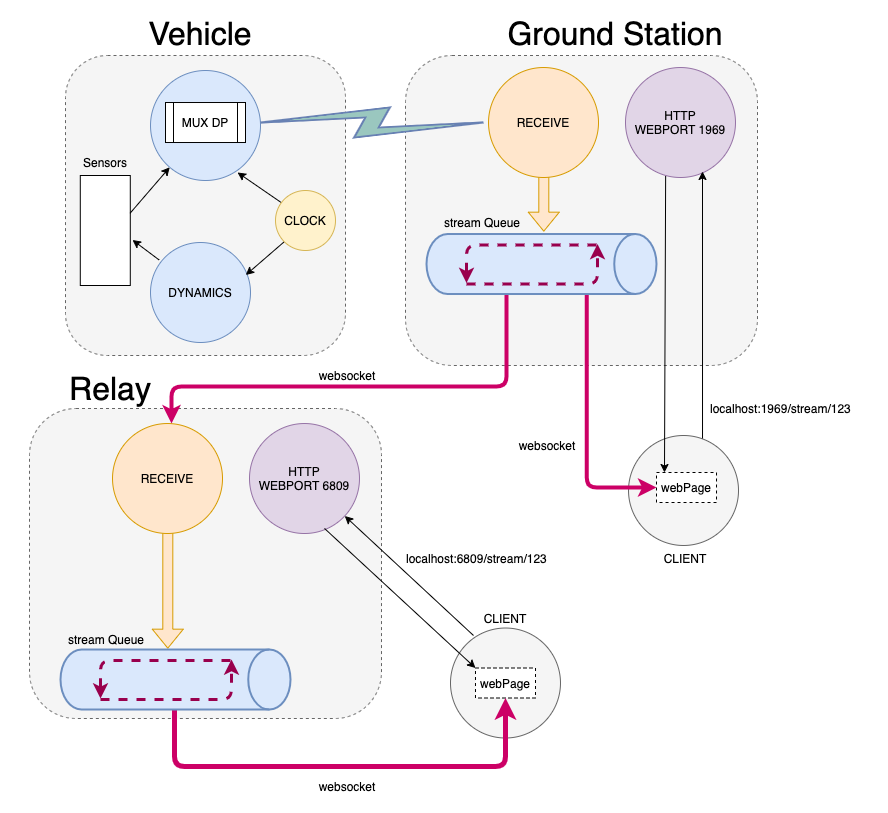
crmathieu/daq keeps this draw.io diagram as daq.png. Above is the earlier version. Source tidied: cells renumbered, new cells last; positions are measured from the earlier drawing's top-left corner, leaving out a move shared by most shapes.
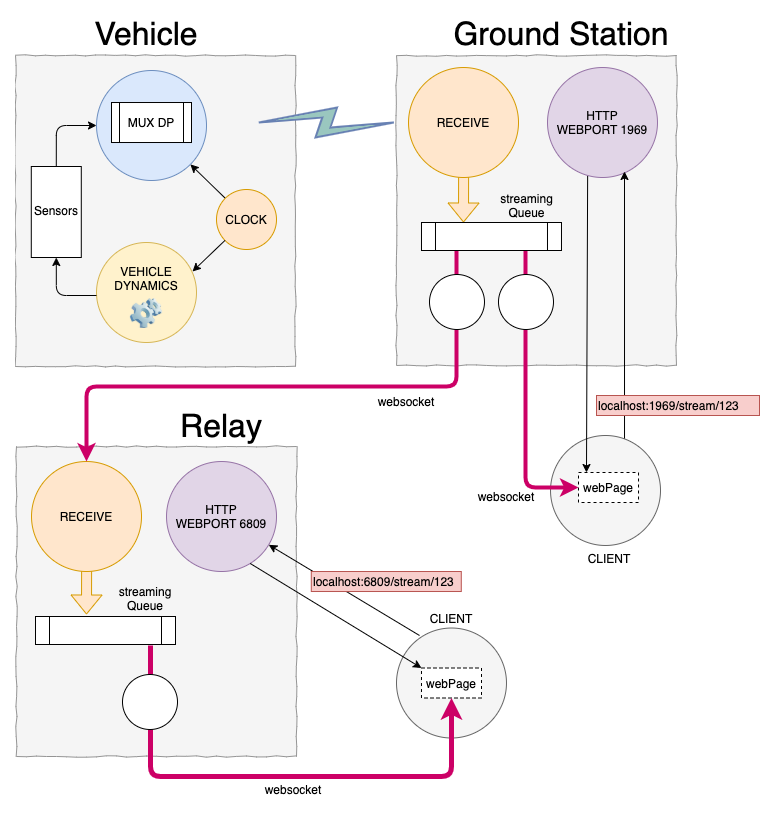
After the commit.

Change to the diagram source:
```diff
@@ -2,32 +2,26 @@
   <root>
     <mxCell id="0" />
     <mxCell id="1" parent="0" />
-    <mxCell id="2" style="rounded=1;whiteSpace=wrap;html=1;dashed=1;fillColor=#f5f5f5;strokeColor=#666666;fontColor=#333333;" parent="1" vertex="1">
-      <mxGeometry x="50" y="44" width="280" height="300" as="geometry" />
+    <mxCell id="2" style="rounded=0;whiteSpace=wrap;html=1;fillColor=#f5f5f5;strokeColor=#949494;fontColor=#333333;shadow=0;strokeWidth=1;comic=1;glass=0;" parent="1" vertex="1">
+      <mxGeometry x="54" y="44" width="280" height="311" as="geometry" />
     </mxCell>
-    <mxCell id="3" value="DYNAMICS" style="ellipse;whiteSpace=wrap;html=1;fillColor=#dae8fc;strokeColor=#6c8ebf;" parent="1" vertex="1">
+    <mxCell id="3" value="VEHICLE&lt;br&gt;DYNAMICS&lt;br&gt;&amp;nbsp;&lt;br&gt;&lt;br&gt;" style="ellipse;whiteSpace=wrap;html=1;fillColor=#fff2cc;strokeColor=#d6b656;" parent="1" vertex="1">
       <mxGeometry x="135" y="231" width="100" height="100" as="geometry" />
     </mxCell>
     <mxCell id="4" style="rounded=0;whiteSpace=wrap;html=1;" parent="1" vertex="1">
-      <mxGeometry x="64.8" y="164" width="50" height="110" as="geometry" />
+      <mxGeometry x="69.8" y="155" width="50" height="91" as="geometry" />
     </mxCell>
-    <mxCell id="5" style="endArrow=classic;startArrow=none;html=1;exitX=0.087;exitY=0.175;exitDx=0;exitDy=0;entryX=1.044;entryY=0.586;entryDx=0;entryDy=0;startFill=0;exitPerimeter=0;entryPerimeter=0;" parent="1" edge="1" source="3" target="4">
-      <mxGeometry relative="1" as="geometry" />
-    </mxCell>
     <mxCell id="6" value="Sensors" style="text;html=1;strokeColor=none;fillColor=none;align=center;verticalAlign=middle;whiteSpace=wrap;rounded=0;" parent="1" vertex="1">
-      <mxGeometry x="54.8" y="141" width="70" height="20" as="geometry" />
+      <mxGeometry x="59.8" y="189" width="70" height="20" as="geometry" />
     </mxCell>
     <mxCell id="7" style="ellipse;whiteSpace=wrap;html=1;fillColor=#dae8fc;strokeColor=#6c8ebf;" parent="1" vertex="1">
       <mxGeometry x="135" y="59" width="110" height="110" as="geometry" />
     </mxCell>
-    <mxCell id="8" style="endArrow=classic;html=1;exitX=0.994;exitY=0.344;exitDx=0;exitDy=0;exitPerimeter=0;" parent="1" edge="1" source="4" target="7">
-      <mxGeometry relative="1" as="geometry" />
-    </mxCell>
     <mxCell id="9" value="MUX DP" style="shape=process;whiteSpace=wrap;html=1;backgroundOutline=1;" parent="1" vertex="1">
       <mxGeometry x="150" y="91" width="80" height="40" as="geometry" />
     </mxCell>
-    <mxCell id="10" style="rounded=1;whiteSpace=wrap;html=1;dashed=1;fillColor=#f5f5f5;strokeColor=#666666;fontColor=#333333;" parent="1" vertex="1">
-      <mxGeometry x="390" y="44" width="352" height="310" as="geometry" />
+    <mxCell id="10" style="rounded=0;whiteSpace=wrap;html=1;fillColor=#f5f5f5;strokeColor=#949494;fontColor=#333333;strokeWidth=1;shadow=0;comic=1;" parent="1" vertex="1">
+      <mxGeometry x="435" y="44" width="280" height="310" as="geometry" />
     </mxCell>
     <mxCell id="11" value="&lt;font style=&quot;font-size: 32px&quot;&gt;Vehicle&lt;/font&gt;" style="text;html=1;strokeColor=none;fillColor=none;align=center;verticalAlign=middle;whiteSpace=wrap;rounded=0;" parent="1" vertex="1">
       <mxGeometry x="90" y="12" width="190" height="20" as="geometry" />
@@ -35,85 +29,73 @@
     <mxCell id="12" value="&lt;font style=&quot;font-size: 32px&quot;&gt;Ground Station&lt;/font&gt;" style="text;html=1;strokeColor=none;fillColor=none;align=center;verticalAlign=middle;whiteSpace=wrap;rounded=0;" parent="1" vertex="1">
       <mxGeometry x="490" y="12" width="220" height="20" as="geometry" />
     </mxCell>
-    <mxCell id="13" style="endArrow=classic;html=1;exitX=0.167;exitY=0.25;exitDx=0;exitDy=0;entryX=0.791;entryY=0.927;entryDx=0;entryDy=0;entryPerimeter=0;exitPerimeter=0;" parent="1" edge="1" source="16" target="7">
+    <mxCell id="13" style="endArrow=classic;html=1;exitX=0;exitY=0;exitDx=0;exitDy=0;entryX=1;entryY=1;entryDx=0;entryDy=0;" parent="1" edge="1" source="16" target="7">
       <mxGeometry relative="1" as="geometry" />
     </mxCell>
     <mxCell id="14" style="fontColor=#0066CC;verticalAlign=top;verticalLabelPosition=bottom;labelPosition=center;align=center;html=1;fillColor=#9AC7BF;strokeColor=#6881B3;gradientColor=none;gradientDirection=north;strokeWidth=2;shape=mxgraph.networks.comm_link;rotation=-90;labelBackgroundColor=#CCE5FF;" parent="1" vertex="1">
-      <mxGeometry x="341.5" y="-0.5" width="30" height="223" as="geometry" />
+      <mxGeometry x="349.8" y="43.6" width="30" height="134.9" as="geometry" />
     </mxCell>
-    <mxCell id="15" style="endArrow=classic;html=1;exitX=0;exitY=1;exitDx=0;exitDy=0;entryX=0.953;entryY=0.325;entryDx=0;entryDy=0;entryPerimeter=0;" parent="1" edge="1" source="16" target="3">
-      <mxGeometry relative="1" as="geometry" />
-    </mxCell>
-    <mxCell id="16" value="CLOCK" style="ellipse;whiteSpace=wrap;html=1;fillColor=#fff2cc;strokeColor=#d6b656;" parent="1" vertex="1">
-      <mxGeometry x="260" y="179" width="60" height="60" as="geometry" />
+    <mxCell id="16" value="CLOCK" style="ellipse;whiteSpace=wrap;html=1;fillColor=#ffe6cc;strokeColor=#d79b00;" parent="1" vertex="1">
+      <mxGeometry x="255" y="178" width="60" height="60" as="geometry" />
     </mxCell>
-    <mxCell id="17" value="stream Queue" style="text;html=1;strokeColor=none;fillColor=none;align=center;verticalAlign=middle;whiteSpace=wrap;rounded=0;labelBackgroundColor=none;" parent="1" vertex="1">
-      <mxGeometry x="390" y="201" width="154" height="20" as="geometry" />
-    </mxCell>
-    <mxCell id="18" style="shape=flexArrow;endArrow=classic;html=1;entryX=0.898;entryY=0.958;entryDx=0;entryDy=0;entryPerimeter=0;exitX=0.503;exitY=0.073;exitDx=0;exitDy=0;exitPerimeter=0;fillColor=#ffe6cc;strokeColor=#d79b00;" parent="1" edge="1" source="19" target="17">
+    <mxCell id="18" style="shape=flexArrow;endArrow=classic;html=1;exitX=0.503;exitY=0.073;exitDx=0;exitDy=0;exitPerimeter=0;fillColor=#ffe6cc;strokeColor=#d79b00;entryX=0.3;entryY=0;entryDx=0;entryDy=0;entryPerimeter=0;" parent="1" edge="1" source="19" target="57">
       <mxGeometry relative="1" as="geometry" />
     </mxCell>
     <mxCell id="19" value="RECEIVE" style="ellipse;whiteSpace=wrap;html=1;fillColor=#ffe6cc;strokeColor=#d79b00;" parent="1" vertex="1">
-      <mxGeometry x="473" y="56" width="110" height="110" as="geometry" />
+      <mxGeometry x="447" y="56" width="110" height="110" as="geometry" />
     </mxCell>
     <mxCell id="20" value="HTTP&lt;br&gt;WEBPORT 1969" style="ellipse;whiteSpace=wrap;html=1;fillColor=#e1d5e7;strokeColor=#9673a6;" parent="1" vertex="1">
-      <mxGeometry x="610" y="56" width="110" height="110" as="geometry" />
+      <mxGeometry x="586" y="56" width="110" height="110" as="geometry" />
     </mxCell>
     <mxCell id="21" style="endArrow=classic;html=1;exitX=0.673;exitY=0.091;exitDx=0;exitDy=0;exitPerimeter=0;" parent="1" edge="1">
       <mxGeometry relative="1" as="geometry">
-        <mxPoint x="687" y="430" as="sourcePoint" />
-        <mxPoint x="687" y="160" as="targetPoint" />
+        <mxPoint x="663" y="430" as="sourcePoint" />
+        <mxPoint x="663" y="160" as="targetPoint" />
       </mxGeometry>
     </mxCell>
-    <mxCell id="22" value="localhost:1969/stream/123" style="text;html=1;strokeColor=none;fillColor=none;align=left;verticalAlign=middle;whiteSpace=wrap;rounded=0;labelBackgroundColor=none;" parent="1" vertex="1">
-      <mxGeometry x="693" y="387" width="163" height="20" as="geometry" />
+    <mxCell id="22" value="localhost:1969/stream/123" style="text;html=1;strokeColor=#b85450;fillColor=#f8cecc;align=left;verticalAlign=middle;whiteSpace=wrap;rounded=0;labelBackgroundColor=none;" parent="1" vertex="1">
+      <mxGeometry x="635" y="384" width="163" height="20" as="geometry" />
     </mxCell>
     <mxCell id="23" style="ellipse;whiteSpace=wrap;html=1;fillColor=#f5f5f5;strokeColor=#666666;fontColor=#333333;" parent="1" vertex="1">
-      <mxGeometry x="613" y="424" width="110" height="110" as="geometry" />
+      <mxGeometry x="589" y="424" width="110" height="110" as="geometry" />
     </mxCell>
-    <mxCell id="24" style="endArrow=classic;html=1;exitX=0.374;exitY=0.977;exitDx=0;exitDy=0;exitPerimeter=0;entryX=0.133;entryY=0;entryDx=0;entryDy=0;entryPerimeter=0;" parent="1" edge="1" target="25">
+    <mxCell id="24" style="endArrow=classic;html=1;exitX=0.374;exitY=0.977;exitDx=0;exitDy=0;exitPerimeter=0;entryX=0.133;entryY=0;entryDx=0;entryDy=0;entryPerimeter=0;" parent="1" edge="1">
       <mxGeometry relative="1" as="geometry">
-        <mxPoint x="650.1" y="164.5" as="sourcePoint" />
+        <mxPoint x="626.1" y="164.5" as="sourcePoint" />
+        <mxPoint x="625" y="461" as="targetPoint" />
       </mxGeometry>
     </mxCell>
     <mxCell id="25" value="webPage" style="rounded=0;whiteSpace=wrap;html=1;labelBackgroundColor=none;fillColor=#ffffff;dashed=1;" parent="1" vertex="1">
-      <mxGeometry x="641" y="461" width="60" height="30" as="geometry" />
+      <mxGeometry x="617" y="461" width="60" height="30" as="geometry" />
     </mxCell>
     <mxCell id="26" value="CLIENT" style="text;html=1;strokeColor=none;fillColor=none;align=center;verticalAlign=middle;whiteSpace=wrap;rounded=0;labelBackgroundColor=none;" parent="1" vertex="1">
-      <mxGeometry x="650" y="537" width="40" height="20" as="geometry" />
+      <mxGeometry x="628" y="537" width="40" height="20" as="geometry" />
     </mxCell>
-    <mxCell id="27" style="edgeStyle=segmentEdgeStyle;endArrow=none;html=1;exitX=0;exitY=0.5;exitDx=0;exitDy=0;entryX=0.716;entryY=1.021;entryDx=0;entryDy=0;entryPerimeter=0;strokeColor=#CC0066;strokeWidth=4;startArrow=classic;startFill=1;endFill=0;" parent="1" edge="1" source="25">
+    <mxCell id="27" style="edgeStyle=segmentEdgeStyle;endArrow=none;html=1;entryX=0.8;entryY=0.964;entryDx=0;entryDy=0;entryPerimeter=0;strokeColor=#CC0066;strokeWidth=4;startArrow=classic;startFill=1;endFill=0;exitX=0;exitY=0.5;exitDx=0;exitDy=0;" parent="1" edge="1" source="25">
       <mxGeometry relative="1" as="geometry">
-        <mxPoint x="571.2" y="261.9" as="targetPoint" />
+        <mxPoint x="564" y="238" as="targetPoint" />
       </mxGeometry>
     </mxCell>
     <mxCell id="28" value="websocket" style="text;html=1;strokeColor=none;fillColor=none;align=center;verticalAlign=middle;whiteSpace=wrap;rounded=0;dashed=1;labelBackgroundColor=none;" parent="1" vertex="1">
-      <mxGeometry x="492" y="424" width="80" height="20" as="geometry" />
+      <mxGeometry x="505" y="475" width="80" height="20" as="geometry" />
     </mxCell>
-    <mxCell id="29" style="rounded=1;whiteSpace=wrap;html=1;dashed=1;fillColor=#f5f5f5;strokeColor=#666666;fontColor=#333333;" parent="1" vertex="1">
-      <mxGeometry x="14" y="397" width="352" height="310" as="geometry" />
+    <mxCell id="29" style="rounded=0;whiteSpace=wrap;html=1;fillColor=#f5f5f5;strokeColor=#949494;fontColor=#333333;strokeWidth=1;comic=1;" parent="1" vertex="1">
+      <mxGeometry x="55" y="435" width="280" height="310" as="geometry" />
     </mxCell>
-    <mxCell id="30" value="stream Queue" style="text;html=1;strokeColor=none;fillColor=none;align=center;verticalAlign=middle;whiteSpace=wrap;rounded=0;labelBackgroundColor=none;" parent="1" vertex="1">
-      <mxGeometry x="14" y="618" width="154" height="20" as="geometry" />
+    <mxCell id="30" value="streaming&lt;br&gt;Queue" style="text;html=1;strokeColor=none;fillColor=none;align=center;verticalAlign=middle;whiteSpace=wrap;rounded=0;labelBackgroundColor=none;" parent="1" vertex="1">
+      <mxGeometry x="107" y="576.5" width="154" height="20" as="geometry" />
     </mxCell>
-    <mxCell id="31" style="shape=flexArrow;endArrow=classic;html=1;entryX=0.898;entryY=0.958;entryDx=0;entryDy=0;entryPerimeter=0;exitX=0.503;exitY=0.073;exitDx=0;exitDy=0;exitPerimeter=0;fillColor=#ffe6cc;strokeColor=#d79b00;" parent="1" edge="1" source="32" target="30">
-      <mxGeometry relative="1" as="geometry" />
+    <mxCell id="31" style="shape=flexArrow;endArrow=classic;html=1;exitX=0.503;exitY=0.073;exitDx=0;exitDy=0;exitPerimeter=0;fillColor=#ffe6cc;strokeColor=#d79b00;" parent="1" edge="1" source="32">
+      <mxGeometry relative="1" as="geometry">
+        <mxPoint x="125" y="603" as="targetPoint" />
+      </mxGeometry>
     </mxCell>
     <mxCell id="32" value="RECEIVE" style="ellipse;whiteSpace=wrap;html=1;fillColor=#ffe6cc;strokeColor=#d79b00;" parent="1" vertex="1">
-      <mxGeometry x="97" y="412" width="110" height="110" as="geometry" />
+      <mxGeometry x="70" y="450" width="110" height="110" as="geometry" />
     </mxCell>
     <mxCell id="33" value="HTTP&lt;br&gt;WEBPORT 6809" style="ellipse;whiteSpace=wrap;html=1;fillColor=#e1d5e7;strokeColor=#9673a6;" parent="1" vertex="1">
-      <mxGeometry x="234" y="412" width="110" height="110" as="geometry" />
+      <mxGeometry x="205" y="450" width="110" height="110" as="geometry" />
     </mxCell>
-    <mxCell id="34" style="edgeStyle=elbowEdgeStyle;elbow=vertical;endArrow=none;html=1;strokeColor=#CC0066;strokeWidth=4;entryX=0.315;entryY=1.075;entryDx=0;entryDy=0;entryPerimeter=0;startArrow=classic;startFill=1;endFill=0;" parent="1" edge="1">
-      <mxGeometry relative="1" as="geometry">
-        <mxPoint x="156" y="412" as="sourcePoint" />
-        <mxPoint x="491" y="264" as="targetPoint" />
-        <Array as="points">
-          <mxPoint x="325" y="375" />
-        </Array>
-      </mxGeometry>
-    </mxCell>
     <mxCell id="35" style="ellipse;whiteSpace=wrap;html=1;fillColor=#f5f5f5;strokeColor=#666666;fontColor=#333333;" parent="1" vertex="1">
       <mxGeometry x="435" y="616.5" width="110" height="110" as="geometry" />
     </mxCell>
@@ -126,75 +108,71 @@
     <mxCell id="38" style="endArrow=classic;html=1;strokeColor=#000000;strokeWidth=1;exitX=0.209;exitY=0.068;exitDx=0;exitDy=0;exitPerimeter=0;" parent="1" edge="1" source="35" target="33">
       <mxGeometry relative="1" as="geometry" />
     </mxCell>
-    <mxCell id="39" style="endArrow=classic;html=1;strokeColor=#000000;strokeWidth=1;exitX=0.682;exitY=0.954;exitDx=0;exitDy=0;exitPerimeter=0;entryX=0;entryY=0;entryDx=0;entryDy=0;" parent="1" edge="1" source="33" target="36">
+    <mxCell id="39" style="endArrow=classic;html=1;strokeColor=#000000;strokeWidth=1;exitX=0.761;exitY=0.927;exitDx=0;exitDy=0;exitPerimeter=0;entryX=0;entryY=0;entryDx=0;entryDy=0;" parent="1" edge="1" source="33" target="36">
       <mxGeometry relative="1" as="geometry" />
     </mxCell>
-    <mxCell id="40" style="edgeStyle=elbowEdgeStyle;elbow=vertical;endArrow=none;html=1;strokeColor=#CC0066;strokeWidth=5;entryX=0.535;entryY=1.025;entryDx=0;entryDy=0;entryPerimeter=0;exitX=0.5;exitY=1;exitDx=0;exitDy=0;startArrow=classic;startFill=1;endFill=0;" parent="1" edge="1" source="36">
-      <mxGeometry relative="1" as="geometry">
-        <mxPoint x="159" y="679" as="targetPoint" />
-        <Array as="points">
-          <mxPoint x="495" y="755" />
-          <mxPoint x="285" y="785" />
-        </Array>
-      </mxGeometry>
-    </mxCell>
     <mxCell id="41" value="websocket" style="text;html=1;strokeColor=none;fillColor=none;align=center;verticalAlign=middle;whiteSpace=wrap;rounded=0;dashed=1;labelBackgroundColor=none;" parent="1" vertex="1">
-      <mxGeometry x="291.5" y="765" width="80" height="20" as="geometry" />
+      <mxGeometry x="291.5" y="768" width="80" height="20" as="geometry" />
     </mxCell>
     <mxCell id="42" value="websocket" style="text;html=1;strokeColor=none;fillColor=none;align=center;verticalAlign=middle;whiteSpace=wrap;rounded=0;dashed=1;labelBackgroundColor=none;" parent="1" vertex="1">
-      <mxGeometry x="291.5" y="354" width="80" height="20" as="geometry" />
+      <mxGeometry x="405" y="380" width="80" height="20" as="geometry" />
     </mxCell>
     <mxCell id="43" value="&lt;font style=&quot;font-size: 32px&quot;&gt;Relay&lt;/font&gt;" style="text;html=1;strokeColor=none;fillColor=none;align=center;verticalAlign=middle;whiteSpace=wrap;rounded=0;" parent="1" vertex="1">
-      <mxGeometry x="-0.2" y="367" width="190" height="20" as="geometry" />
+      <mxGeometry x="165" y="404" width="190" height="20" as="geometry" />
     </mxCell>
-    <mxCell id="44" value="localhost:6809/stream/123" style="text;html=1;strokeColor=none;fillColor=#ffffff;align=left;verticalAlign=middle;whiteSpace=wrap;rounded=0;labelBackgroundColor=none;" parent="1" vertex="1">
-      <mxGeometry x="389" y="537" width="150" height="20" as="geometry" />
+    <mxCell id="44" value="localhost:6809/stream/123" style="text;html=1;strokeColor=#b85450;fillColor=#f8cecc;align=left;verticalAlign=middle;whiteSpace=wrap;rounded=0;labelBackgroundColor=none;" parent="1" vertex="1">
+      <mxGeometry x="349.8" y="560" width="150" height="20" as="geometry" />
     </mxCell>
-    <mxCell id="45" style="strokeWidth=2;html=1;shape=mxgraph.flowchart.direct_data;whiteSpace=wrap;labelBackgroundColor=none;fillColor=#dae8fc;strokeColor=#6c8ebf;" parent="1" vertex="1">
-      <mxGeometry x="45" y="638" width="230" height="60" as="geometry" />
-    </mxCell>
-    <mxCell id="46" style="edgeStyle=segmentEdgeStyle;endArrow=classic;html=1;dashed=1;strokeWidth=3;strokeColor=#99004D;" parent="1" edge="1">
-      <mxGeometry relative="1" as="geometry">
-        <mxPoint x="85" y="688" as="sourcePoint" />
-        <mxPoint x="216" y="648" as="targetPoint" />
-        <Array as="points">
-          <mxPoint x="166" y="688" />
-          <mxPoint x="216" y="688" />
-        </Array>
-      </mxGeometry>
-    </mxCell>
-    <mxCell id="47" style="edgeStyle=segmentEdgeStyle;endArrow=classic;html=1;dashed=1;strokeWidth=3;strokeColor=#99004D;" parent="1" edge="1">
-      <mxGeometry relative="1" as="geometry">
-        <mxPoint x="215" y="649" as="sourcePoint" />
-        <mxPoint x="85" y="687" as="targetPoint" />
-        <Array as="points">
-          <mxPoint x="135" y="649" />
-          <mxPoint x="85" y="649" />
-        </Array>
-      </mxGeometry>
-    </mxCell>
-    <mxCell id="48" style="strokeWidth=2;html=1;shape=mxgraph.flowchart.direct_data;whiteSpace=wrap;labelBackgroundColor=none;fillColor=#dae8fc;strokeColor=#6c8ebf;" parent="1" vertex="1">
-      <mxGeometry x="411" y="222.5" width="230" height="60" as="geometry" />
-    </mxCell>
-    <mxCell id="49" style="edgeStyle=segmentEdgeStyle;endArrow=classic;html=1;dashed=1;strokeWidth=3;strokeColor=#99004D;" parent="1" edge="1">
-      <mxGeometry relative="1" as="geometry">
-        <mxPoint x="581" y="233.5" as="sourcePoint" />
-        <mxPoint x="451" y="271.5" as="targetPoint" />
-        <Array as="points">
-          <mxPoint x="501" y="233.5" />
-          <mxPoint x="451" y="233.5" />
-        </Array>
-      </mxGeometry>
-    </mxCell>
-    <mxCell id="50" style="edgeStyle=segmentEdgeStyle;endArrow=classic;html=1;dashed=1;strokeWidth=3;strokeColor=#99004D;" parent="1" edge="1">
-      <mxGeometry relative="1" as="geometry">
-        <mxPoint x="451" y="272.5" as="sourcePoint" />
-        <mxPoint x="582" y="232.5" as="targetPoint" />
-        <Array as="points">
-          <mxPoint x="532" y="272.5" />
-          <mxPoint x="582" y="272.5" />
-        </Array>
-      </mxGeometry>
-    </mxCell>
+    <mxCell id="51" style="edgeStyle=elbowEdgeStyle;elbow=vertical;endArrow=none;html=1;strokeColor=#CC0066;strokeWidth=5;exitX=0.5;exitY=1;exitDx=0;exitDy=0;startArrow=classic;startFill=1;endFill=0;entryX=0.821;entryY=1.036;entryDx=0;entryDy=0;entryPerimeter=0;" parent="1" edge="1" source="36" target="55">
+      <mxGeometry relative="1" as="geometry">
+        <Array as="points">
+          <mxPoint x="335" y="765" />
+          <mxPoint x="285" y="785" />
+        </Array>
+      </mxGeometry>
+    </mxCell>
+    <mxCell id="52" style="ellipse;whiteSpace=wrap;html=1;" parent="1" vertex="1">
+      <mxGeometry x="537" y="263" width="55" height="55" as="geometry" />
+    </mxCell>
+    <mxCell id="53" style="edgeStyle=elbowEdgeStyle;elbow=vertical;endArrow=none;html=1;strokeColor=#CC0066;strokeWidth=4;startArrow=classic;startFill=1;endFill=0;entryX=0.25;entryY=1;entryDx=0;entryDy=0;exitX=0.5;exitY=0;exitDx=0;exitDy=0;" parent="1" edge="1" source="32" target="57">
+      <mxGeometry relative="1" as="geometry">
+        <Array as="points">
+          <mxPoint x="304" y="375" />
+        </Array>
+      </mxGeometry>
+    </mxCell>
+    <mxCell id="54" style="ellipse;whiteSpace=wrap;html=1;" parent="1" vertex="1">
+      <mxGeometry x="468" y="263" width="55" height="55" as="geometry" />
+    </mxCell>
+    <mxCell id="55" style="shape=process;whiteSpace=wrap;html=1;backgroundOutline=1;" parent="1" vertex="1">
+      <mxGeometry x="74" y="605" width="140" height="28" as="geometry" />
+    </mxCell>
+    <mxCell id="56" value="streaming&lt;br&gt;Queue" style="text;html=1;strokeColor=none;fillColor=none;align=center;verticalAlign=middle;whiteSpace=wrap;rounded=0;labelBackgroundColor=none;" parent="1" vertex="1">
+      <mxGeometry x="539" y="183.5" width="53" height="21" as="geometry" />
+    </mxCell>
+    <mxCell id="57" style="shape=process;whiteSpace=wrap;html=1;backgroundOutline=1;" parent="1" vertex="1">
+      <mxGeometry x="460" y="211" width="140" height="28" as="geometry" />
+    </mxCell>
+    <mxCell id="58" style="ellipse;whiteSpace=wrap;html=1;" parent="1" vertex="1">
+      <mxGeometry x="161" y="663" width="55" height="55" as="geometry" />
+    </mxCell>
+    <mxCell id="59" style="edgeStyle=segmentEdgeStyle;endArrow=classic;html=1;exitX=0;exitY=0.5;exitDx=0;exitDy=0;entryX=0.5;entryY=1;entryDx=0;entryDy=0;" parent="1" edge="1" target="4">
+      <mxGeometry relative="1" as="geometry">
+        <mxPoint x="135" y="284" as="sourcePoint" />
+      </mxGeometry>
+    </mxCell>
+    <mxCell id="15" style="endArrow=classic;html=1;exitX=0;exitY=1;exitDx=0;exitDy=0;entryX=0.96;entryY=0.29;entryDx=0;entryDy=0;entryPerimeter=0;" parent="1" edge="1" source="16" target="3">
+      <mxGeometry relative="1" as="geometry" />
+    </mxCell>
+    <mxCell id="60" style="edgeStyle=segmentEdgeStyle;endArrow=none;html=1;exitX=0;exitY=0.5;exitDx=0;exitDy=0;entryX=0.5;entryY=0;entryDx=0;entryDy=0;startArrow=classic;startFill=1;endFill=0;" parent="1" edge="1" source="7" target="4">
+      <mxGeometry relative="1" as="geometry">
+        <Array as="points">
+          <mxPoint x="95" y="114" />
+        </Array>
+      </mxGeometry>
+    </mxCell>
+    <mxCell id="61" style="image;html=1;labelBackgroundColor=#ffffff;image=img/lib/clip_art/computers/Software_128x128.png;rounded=0;shadow=0;glass=0;comic=0;strokeColor=#FF8000;strokeWidth=2;" parent="1" vertex="1">
+      <mxGeometry x="165" y="287" width="40" height="30" as="geometry" />
+    </mxCell>
   </root>
 </mxGraphModel>
```
